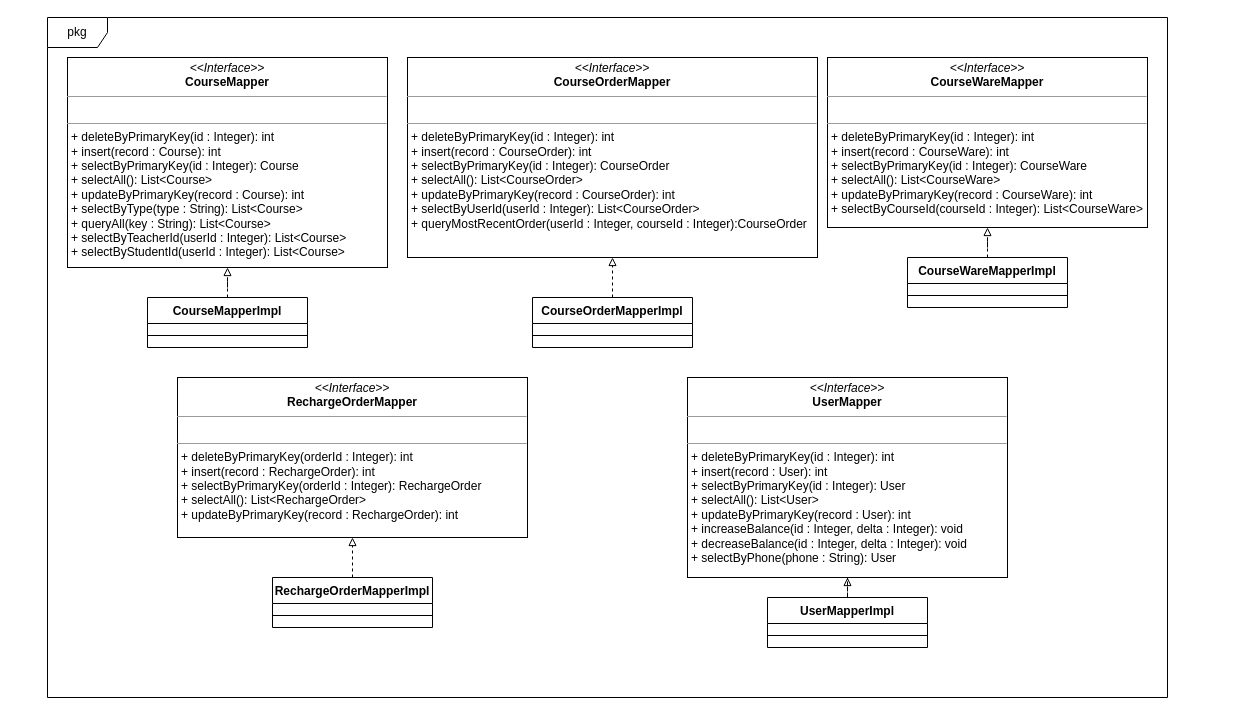
Above: 数据层模块描述图.drawio in hu19891213/image (draw.io), before the change. Source tidied: cells renumbered, new cells numbered last; positions are measured from the earlier drawing's top-left corner, leaving out a move shared by most shapes. Both pictures are drawn from the tidied source at 100%, with x=0, y=0 at pixel (47, 17).
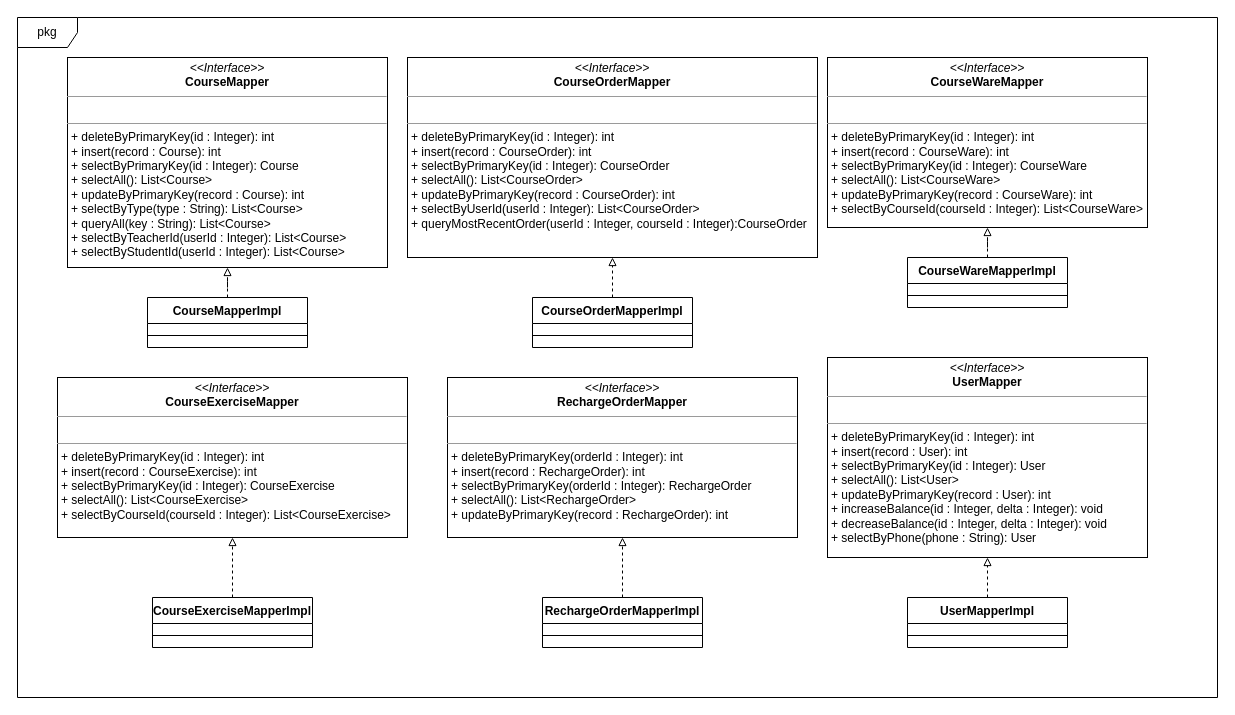
The same page after the edit.

Commit message:
更新数据层模块描述图.drawio

The edit, as a diff of the source:
```diff
@@
     <mxCell id="2" value="pkg" style="shape=umlFrame;whiteSpace=wrap;html=1;" parent="1" vertex="1">
-      <mxGeometry width="1120" height="680" as="geometry" />
+      <mxGeometry x="-30" width="1200" height="680" as="geometry" />
     </mxCell>
@@
     <mxCell id="15" value="&lt;p style=&quot;margin: 0px ; margin-top: 4px ; text-align: center&quot;&gt;&lt;i&gt;&amp;lt;&amp;lt;Interface&amp;gt;&amp;gt;&lt;/i&gt;&lt;br&gt;&lt;b&gt;RechargeOrderMapper&lt;/b&gt;&lt;/p&gt;&lt;hr size=&quot;1&quot;&gt;&lt;p style=&quot;margin: 0px ; margin-left: 4px&quot;&gt;&lt;br&gt;&lt;/p&gt;&lt;hr size=&quot;1&quot;&gt;&lt;p style=&quot;margin: 0px ; margin-left: 4px&quot;&gt;+ deleteByPrimaryKey(orderId : Integer): int&lt;br&gt;+ insert(record : RechargeOrder): int&lt;/p&gt;&lt;p style=&quot;margin: 0px ; margin-left: 4px&quot;&gt;+ selectByPrimaryKey(orderId : Integer): RechargeOrder&lt;/p&gt;&lt;p style=&quot;margin: 0px ; margin-left: 4px&quot;&gt;+ selectAll(): List&amp;lt;RechargeOrder&amp;gt;&lt;/p&gt;&lt;p style=&quot;margin: 0px ; margin-left: 4px&quot;&gt;+ updateByPrimaryKey(record : RechargeOrder): int&lt;/p&gt;" style="verticalAlign=top;align=left;overflow=fill;fontSize=12;fontFamily=Helvetica;html=1;" parent="1" vertex="1">
-      <mxGeometry x="130" y="360" width="350" height="160" as="geometry" />
+      <mxGeometry x="400" y="360" width="350" height="160" as="geometry" />
     </mxCell>
@@
     <mxCell id="17" value="RechargeOrderMapperImpl" style="swimlane;fontStyle=1;align=center;verticalAlign=top;horizontal=1;startSize=26;" parent="1" vertex="1">
-      <mxGeometry x="225" y="560" width="160" height="50" as="geometry" />
+      <mxGeometry x="495" y="580" width="160" height="50" as="geometry" />
     </mxCell>
@@
     <mxCell id="19" value="&lt;p style=&quot;margin: 0px ; margin-top: 4px ; text-align: center&quot;&gt;&lt;i&gt;&amp;lt;&amp;lt;Interface&amp;gt;&amp;gt;&lt;/i&gt;&lt;br&gt;&lt;b&gt;UserMapper&lt;/b&gt;&lt;/p&gt;&lt;hr size=&quot;1&quot;&gt;&lt;p style=&quot;margin: 0px ; margin-left: 4px&quot;&gt;&lt;br&gt;&lt;/p&gt;&lt;hr size=&quot;1&quot;&gt;&lt;p style=&quot;margin: 0px ; margin-left: 4px&quot;&gt;+ deleteByPrimaryKey(id : Integer): int&lt;br&gt;+ insert(record : User): int&lt;/p&gt;&lt;p style=&quot;margin: 0px ; margin-left: 4px&quot;&gt;+ selectByPrimaryKey(id : Integer): User&lt;/p&gt;&lt;p style=&quot;margin: 0px ; margin-left: 4px&quot;&gt;+ selectAll(): List&amp;lt;User&amp;gt;&lt;/p&gt;&lt;p style=&quot;margin: 0px ; margin-left: 4px&quot;&gt;+ updateByPrimaryKey(record : User): int&lt;/p&gt;&lt;p style=&quot;margin: 0px ; margin-left: 4px&quot;&gt;+ increaseBalance(id : Integer, delta : Integer): void&lt;/p&gt;&lt;p style=&quot;margin: 0px ; margin-left: 4px&quot;&gt;+ decreaseBalance(id : Integer, delta : Integer): void&lt;/p&gt;&lt;p style=&quot;margin: 0px ; margin-left: 4px&quot;&gt;+ selectByPhone(phone : String): User&lt;/p&gt;" style="verticalAlign=top;align=left;overflow=fill;fontSize=12;fontFamily=Helvetica;html=1;" parent="1" vertex="1">
-      <mxGeometry x="640" y="360" width="320" height="200" as="geometry" />
+      <mxGeometry x="780" y="340" width="320" height="200" as="geometry" />
     </mxCell>
@@
     <mxCell id="21" value="UserMapperImpl" style="swimlane;fontStyle=1;align=center;verticalAlign=top;horizontal=1;startSize=26;" parent="1" vertex="1">
-      <mxGeometry x="720" y="580" width="160" height="50" as="geometry" />
+      <mxGeometry x="860" y="580" width="160" height="50" as="geometry" />
     </mxCell>
@@
+    <mxCell id="23" value="&lt;p style=&quot;margin: 0px ; margin-top: 4px ; text-align: center&quot;&gt;&lt;i&gt;&amp;lt;&amp;lt;Interface&amp;gt;&amp;gt;&lt;/i&gt;&lt;br&gt;&lt;b&gt;CourseExerciseMapper&lt;/b&gt;&lt;/p&gt;&lt;hr size=&quot;1&quot;&gt;&lt;p style=&quot;margin: 0px ; margin-left: 4px&quot;&gt;&lt;br&gt;&lt;/p&gt;&lt;hr size=&quot;1&quot;&gt;&lt;p style=&quot;margin: 0px ; margin-left: 4px&quot;&gt;+ deleteByPrimaryKey(id : Integer): int&lt;br&gt;+ insert(record : CourseExercise): int&lt;/p&gt;&lt;p style=&quot;margin: 0px ; margin-left: 4px&quot;&gt;+ selectByPrimaryKey(id : Integer): CourseExercise&lt;/p&gt;&lt;p style=&quot;margin: 0px ; margin-left: 4px&quot;&gt;+ selectAll(): List&amp;lt;CourseExercise&amp;gt;&lt;/p&gt;&lt;p style=&quot;margin: 0px ; margin-left: 4px&quot;&gt;+ selectByCourseId(courseId : Integer): List&amp;lt;CourseExercise&amp;gt;&lt;/p&gt;" style="verticalAlign=top;align=left;overflow=fill;fontSize=12;fontFamily=Helvetica;html=1;" parent="1" vertex="1">
+      <mxGeometry x="10" y="360" width="350" height="160" as="geometry" />
+    </mxCell>
+    <mxCell id="24" style="edgeStyle=orthogonalEdgeStyle;rounded=0;jettySize=auto;html=1;dashed=1;endArrow=block;endFill=0;" parent="1" edge="1" source="25" target="23">
+      <mxGeometry relative="1" as="geometry" />
+    </mxCell>
+    <mxCell id="25" value="CourseExerciseMapperImpl" style="swimlane;fontStyle=1;align=center;verticalAlign=top;horizontal=1;startSize=26;" parent="1" vertex="1">
+      <mxGeometry x="105" y="580" width="160" height="50" as="geometry" />
+    </mxCell>
+    <mxCell id="26" style="line;strokeWidth=1;fillColor=none;align=left;verticalAlign=middle;spacingTop=-1;spacingLeft=3;spacingRight=3;labelPosition=right;" parent="25" vertex="1">
+      <mxGeometry y="26" width="160" height="24" as="geometry" />
+    </mxCell>
```
